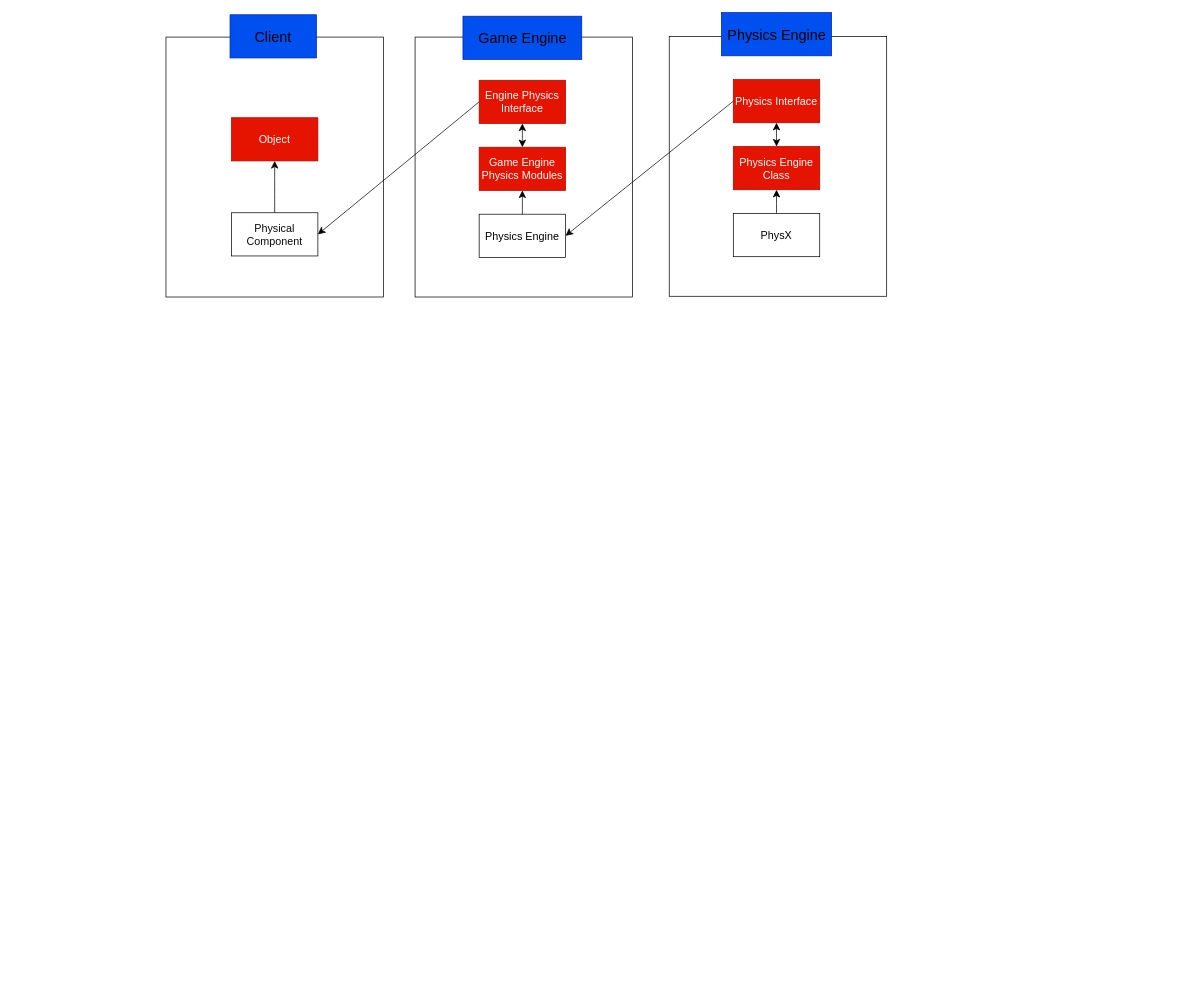
The draw.io diagram 물리엔진.drawio in ihaha424/4Q_TeamProject, before the edit. Source tidied: cells renumbered, new cells numbered last; positions are measured from the earlier drawing's top-left corner, leaving out a move shared by most shapes. Both pictures are drawn from the tidied source at 72%, with x=0, y=0 at pixel (166, 12).
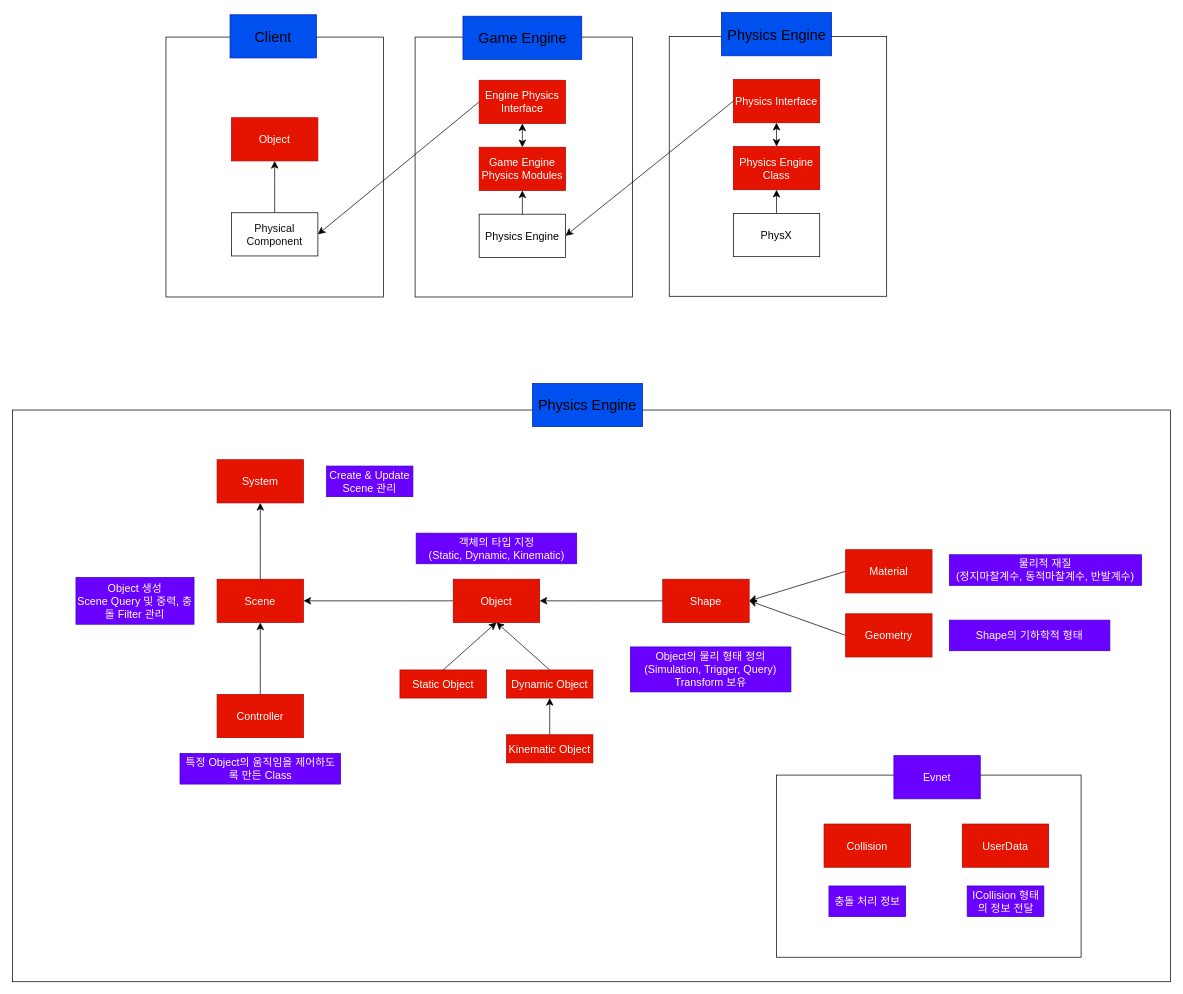
Above is the later version.

Commit message (it also covers changes not shown here):
물리엔진.drawio 업데이트

The edit, as a diff of the source:
```diff
@@
+    <mxCell id="26" style="rounded=0;whiteSpace=wrap;html=1;" parent="1" vertex="1">
+      <mxGeometry x="-213" y="552" width="1608" height="794" as="geometry" />
+    </mxCell>
+    <mxCell id="27" value="&lt;font style=&quot;color: light-dark(rgb(0, 0, 0), rgb(1, 1, 1)); font-size: 20px;&quot;&gt;Physics Engine&lt;/font&gt;" style="rounded=0;whiteSpace=wrap;html=1;fillColor=light-dark(#0050EF,#5F45C8);fontColor=#ffffff;strokeColor=#001DBC;" parent="1" vertex="1">
+      <mxGeometry x="509" y="515" width="153" height="60" as="geometry" />
+    </mxCell>
+    <mxCell id="28" value="&lt;span style=&quot;font-size: 15px;&quot;&gt;System&lt;/span&gt;" style="rounded=0;whiteSpace=wrap;html=1;fillColor=#e51400;fontColor=#ffffff;strokeColor=#B20000;" parent="1" vertex="1">
+      <mxGeometry x="71" y="621" width="120" height="60" as="geometry" />
+    </mxCell>
+    <mxCell id="29" value="&lt;span style=&quot;font-size: 15px;&quot;&gt;Scene&lt;/span&gt;" style="rounded=0;whiteSpace=wrap;html=1;fillColor=#e51400;fontColor=#ffffff;strokeColor=#B20000;" parent="1" vertex="1">
+      <mxGeometry x="71" y="787" width="120" height="60" as="geometry" />
+    </mxCell>
+    <mxCell id="30" value="&lt;span style=&quot;font-size: 15px;&quot;&gt;Object&lt;/span&gt;" style="rounded=0;whiteSpace=wrap;html=1;fillColor=#e51400;fontColor=#ffffff;strokeColor=#B20000;" parent="1" vertex="1">
+      <mxGeometry x="399" y="787" width="120" height="60" as="geometry" />
+    </mxCell>
+    <mxCell id="31" value="&lt;span style=&quot;font-size: 15px;&quot;&gt;Shape&lt;/span&gt;" style="rounded=0;whiteSpace=wrap;html=1;fillColor=#e51400;fontColor=#ffffff;strokeColor=#B20000;" parent="1" vertex="1">
+      <mxGeometry x="690" y="787" width="120" height="60" as="geometry" />
+    </mxCell>
+    <mxCell id="32" style="edgeStyle=none;curved=1;rounded=0;jettySize=auto;html=1;exitX=0;exitY=0.5;exitDx=0;exitDy=0;fontSize=12;startSize=8;endSize=8;entryX=1;entryY=0.5;entryDx=0;entryDy=0;" parent="1" edge="1" source="33" target="31">
+      <mxGeometry relative="1" as="geometry" />
+    </mxCell>
+    <mxCell id="33" value="&lt;span style=&quot;font-size: 15px;&quot;&gt;Geometry&lt;/span&gt;" style="rounded=0;whiteSpace=wrap;html=1;fillColor=#e51400;fontColor=#ffffff;strokeColor=#B20000;" parent="1" vertex="1">
+      <mxGeometry x="944" y="835" width="120" height="60" as="geometry" />
+    </mxCell>
+    <mxCell id="34" value="&lt;span style=&quot;font-size: 15px;&quot;&gt;Material&lt;/span&gt;" style="rounded=0;whiteSpace=wrap;html=1;fillColor=#e51400;fontColor=#ffffff;strokeColor=#B20000;" parent="1" vertex="1">
+      <mxGeometry x="944" y="746" width="120" height="60" as="geometry" />
+    </mxCell>
+    <mxCell id="35" value="&lt;span style=&quot;font-size: 15px;&quot;&gt;Controller&lt;/span&gt;" style="rounded=0;whiteSpace=wrap;html=1;fillColor=#e51400;fontColor=#ffffff;strokeColor=#B20000;" parent="1" vertex="1">
+      <mxGeometry x="71" y="947" width="120" height="60" as="geometry" />
+    </mxCell>
+    <mxCell id="36" style="endArrow=classic;html=1;rounded=0;fontSize=12;startSize=8;endSize=8;curved=1;exitX=0.5;exitY=0;exitDx=0;exitDy=0;entryX=0.5;entryY=1;entryDx=0;entryDy=0;" parent="1" edge="1" source="29" target="28">
+      <mxGeometry relative="1" as="geometry" />
+    </mxCell>
+    <mxCell id="37" value="&lt;font style=&quot;font-size: 15px;&quot;&gt;Create &amp;amp; Update&lt;br&gt;Scene 관리&lt;/font&gt;" style="rounded=0;whiteSpace=wrap;html=1;fillColor=light-dark(#6a00ff, #4c46ff);fontColor=#ffffff;strokeColor=#3700CC;" parent="1" vertex="1">
+      <mxGeometry x="223" y="629.8" width="120" height="42.5" as="geometry" />
+    </mxCell>
+    <mxCell id="38" value="&lt;span style=&quot;font-size: 15px;&quot;&gt;Object 생성&lt;br&gt;Scene Query 및 중력, 충돌 Filter 관리&lt;/span&gt;" style="rounded=0;whiteSpace=wrap;html=1;fillColor=light-dark(#6a00ff, #4c46ff);fontColor=#ffffff;strokeColor=#3700CC;" parent="1" vertex="1">
+      <mxGeometry x="-125" y="784.5" width="164" height="65" as="geometry" />
+    </mxCell>
+    <mxCell id="39" style="endArrow=classic;html=1;rounded=0;fontSize=12;startSize=8;endSize=8;curved=1;exitX=0;exitY=0.5;exitDx=0;exitDy=0;entryX=1;entryY=0.5;entryDx=0;entryDy=0;" parent="1" edge="1" source="30" target="29">
+      <mxGeometry relative="1" as="geometry" />
+    </mxCell>
+    <mxCell id="40" value="&lt;span style=&quot;font-size: 15px;&quot;&gt;객체의 타입 지정&lt;br&gt;(Static, Dynamic, Kinematic)&lt;/span&gt;" style="rounded=0;whiteSpace=wrap;html=1;fillColor=light-dark(#6a00ff, #4c46ff);fontColor=#ffffff;strokeColor=#3700CC;" parent="1" vertex="1">
+      <mxGeometry x="347.5" y="723" width="223" height="42.5" as="geometry" />
+    </mxCell>
+    <mxCell id="41" value="&lt;span style=&quot;font-size: 15px;&quot;&gt;Object의 물리 형태 정의&lt;br&gt;(Simulation, Trigger, Query)&lt;br&gt;Transform 보유&lt;/span&gt;" style="rounded=0;whiteSpace=wrap;html=1;fillColor=light-dark(#6a00ff, #4c46ff);fontColor=#ffffff;strokeColor=#3700CC;" parent="1" vertex="1">
+      <mxGeometry x="645" y="881" width="223" height="62.5" as="geometry" />
+    </mxCell>
+    <mxCell id="42" style="endArrow=classic;html=1;rounded=0;fontSize=12;startSize=8;endSize=8;curved=1;entryX=1;entryY=0.5;entryDx=0;entryDy=0;exitX=0;exitY=0.5;exitDx=0;exitDy=0;" parent="1" edge="1" source="31" target="30">
+      <mxGeometry relative="1" as="geometry" />
+    </mxCell>
+    <mxCell id="43" value="&lt;span style=&quot;font-size: 15px;&quot;&gt;물리적 재질&lt;/span&gt;&lt;div&gt;&lt;font style=&quot;font-size: 15px;&quot;&gt;(&lt;span style=&quot;background-color: transparent; color: light-dark(rgb(255, 255, 255), rgb(18, 18, 18));&quot;&gt;정지마찰계수, 동적마찰계수, 반발계수&lt;/span&gt;&lt;/font&gt;&lt;span style=&quot;font-size: 15px; background-color: transparent; color: light-dark(rgb(255, 255, 255), rgb(18, 18, 18));&quot;&gt;)&lt;/span&gt;&lt;/div&gt;" style="rounded=0;whiteSpace=wrap;html=1;fillColor=light-dark(#6a00ff, #4c46ff);fontColor=#ffffff;strokeColor=#3700CC;" parent="1" vertex="1">
+      <mxGeometry x="1088" y="753" width="267" height="42.5" as="geometry" />
+    </mxCell>
+    <mxCell id="44" value="&lt;span style=&quot;font-size: 15px;&quot;&gt;Shape의 기하학적 형태&lt;/span&gt;" style="rounded=0;whiteSpace=wrap;html=1;fillColor=light-dark(#6a00ff, #4c46ff);fontColor=#ffffff;strokeColor=#3700CC;" parent="1" vertex="1">
+      <mxGeometry x="1088" y="843.8" width="223" height="42.5" as="geometry" />
+    </mxCell>
+    <mxCell id="45" style="endArrow=classic;html=1;rounded=0;fontSize=12;startSize=8;endSize=8;curved=1;entryX=1;entryY=0.5;entryDx=0;entryDy=0;exitX=0;exitY=0.5;exitDx=0;exitDy=0;" parent="1" edge="1" source="34" target="31">
+      <mxGeometry relative="1" as="geometry" />
+    </mxCell>
+    <mxCell id="46" value="&lt;span style=&quot;font-size: 15px;&quot;&gt;특정 Object의 움직임을 제어하도록 만든 Class&lt;/span&gt;" style="rounded=0;whiteSpace=wrap;html=1;fillColor=light-dark(#6a00ff, #4c46ff);fontColor=#ffffff;strokeColor=#3700CC;" parent="1" vertex="1">
+      <mxGeometry x="19.5" y="1029" width="223" height="42.5" as="geometry" />
+    </mxCell>
+    <mxCell id="47" style="group;" parent="1" vertex="1">
+      <mxGeometry x="848" y="1032" width="423" height="280" as="geometry" />
+    </mxCell>
+    <mxCell id="48" style="rounded=0;whiteSpace=wrap;html=1;" parent="47" vertex="1">
+      <mxGeometry y="27" width="423" height="253" as="geometry" />
+    </mxCell>
+    <mxCell id="49" value="&lt;font style=&quot;font-size: 15px;&quot;&gt;Evnet&lt;/font&gt;" style="rounded=0;whiteSpace=wrap;html=1;fillColor=#6a00ff;fontColor=#ffffff;strokeColor=#3700CC;" parent="47" vertex="1">
+      <mxGeometry x="163" width="120" height="60" as="geometry" />
+    </mxCell>
+    <mxCell id="50" value="&lt;span style=&quot;font-size: 15px;&quot;&gt;Collision&lt;/span&gt;" style="rounded=0;whiteSpace=wrap;html=1;fillColor=#e51400;fontColor=#ffffff;strokeColor=#B20000;" parent="47" vertex="1">
+      <mxGeometry x="66" y="95" width="120" height="60" as="geometry" />
+    </mxCell>
+    <mxCell id="51" value="&lt;font style=&quot;font-size: 15px;&quot;&gt;충돌 처리 정보&lt;/font&gt;" style="rounded=0;whiteSpace=wrap;html=1;fillColor=light-dark(#6a00ff, #4c46ff);fontColor=#ffffff;strokeColor=#3700CC;" parent="47" vertex="1">
+      <mxGeometry x="72.8" y="181" width="106.5" height="42.5" as="geometry" />
+    </mxCell>
+    <mxCell id="52" value="&lt;span style=&quot;font-size: 15px;&quot;&gt;UserData&lt;/span&gt;" style="rounded=0;whiteSpace=wrap;html=1;fillColor=#e51400;fontColor=#ffffff;strokeColor=#B20000;" parent="47" vertex="1">
+      <mxGeometry x="258" y="95" width="120" height="60" as="geometry" />
+    </mxCell>
+    <mxCell id="53" value="&lt;span style=&quot;font-size: 15px;&quot;&gt;ICollision 형태의 정보 전달&lt;/span&gt;" style="rounded=0;whiteSpace=wrap;html=1;fillColor=light-dark(#6a00ff, #4c46ff);fontColor=#ffffff;strokeColor=#3700CC;" parent="47" vertex="1">
+      <mxGeometry x="264.8" y="181" width="106.5" height="42.5" as="geometry" />
+    </mxCell>
+    <mxCell id="54" value="&lt;span style=&quot;font-size: 15px;&quot;&gt;Static Object&lt;/span&gt;" style="rounded=0;whiteSpace=wrap;html=1;fillColor=light-dark(#E51400,#FFCF7C);fontColor=#ffffff;strokeColor=#B20000;" parent="1" vertex="1">
+      <mxGeometry x="325" y="913" width="120" height="39" as="geometry" />
+    </mxCell>
+    <mxCell id="55" style="edgeStyle=none;curved=1;rounded=0;jettySize=auto;html=1;exitX=0.5;exitY=0;exitDx=0;exitDy=0;fontSize=12;startSize=8;endSize=8;entryX=0.5;entryY=1;entryDx=0;entryDy=0;" parent="1" edge="1" source="56" target="30">
+      <mxGeometry relative="1" as="geometry" />
+    </mxCell>
+    <mxCell id="56" value="&lt;span style=&quot;font-size: 15px;&quot;&gt;Dynamic&amp;nbsp;&lt;/span&gt;&lt;span style=&quot;font-size: 15px;&quot;&gt;Object&lt;/span&gt;" style="rounded=0;whiteSpace=wrap;html=1;fillColor=light-dark(#E51400,#FFCF7C);fontColor=#ffffff;strokeColor=#B20000;" parent="1" vertex="1">
+      <mxGeometry x="473" y="913" width="120" height="39" as="geometry" />
+    </mxCell>
+    <mxCell id="57" style="edgeStyle=none;curved=1;rounded=0;jettySize=auto;html=1;exitX=0.5;exitY=0;exitDx=0;exitDy=0;entryX=0.5;entryY=1;entryDx=0;entryDy=0;fontSize=12;startSize=8;endSize=8;" parent="1" edge="1" source="58" target="56">
+      <mxGeometry relative="1" as="geometry" />
+    </mxCell>
+    <mxCell id="58" value="&lt;span style=&quot;font-size: 15px;&quot;&gt;Kinematic&amp;nbsp;&lt;/span&gt;&lt;span style=&quot;font-size: 15px;&quot;&gt;Object&lt;/span&gt;" style="rounded=0;whiteSpace=wrap;html=1;fillColor=light-dark(#E51400,#FFCF7C);fontColor=#ffffff;strokeColor=#B20000;" parent="1" vertex="1">
+      <mxGeometry x="473" y="1003" width="120" height="39" as="geometry" />
+    </mxCell>
+    <mxCell id="59" style="endArrow=classic;html=1;rounded=0;fontSize=12;startSize=8;endSize=8;curved=1;entryX=0.5;entryY=1;entryDx=0;entryDy=0;exitX=0.5;exitY=0;exitDx=0;exitDy=0;" parent="1" edge="1" source="54" target="30">
+      <mxGeometry relative="1" as="geometry" />
+    </mxCell>
+    <mxCell id="60" style="endArrow=classic;html=1;rounded=0;fontSize=12;startSize=8;endSize=8;curved=1;entryX=0.5;entryY=1;entryDx=0;entryDy=0;exitX=0.5;exitY=0;exitDx=0;exitDy=0;" parent="1" edge="1" source="35" target="29">
+      <mxGeometry relative="1" as="geometry" />
+    </mxCell>
```
